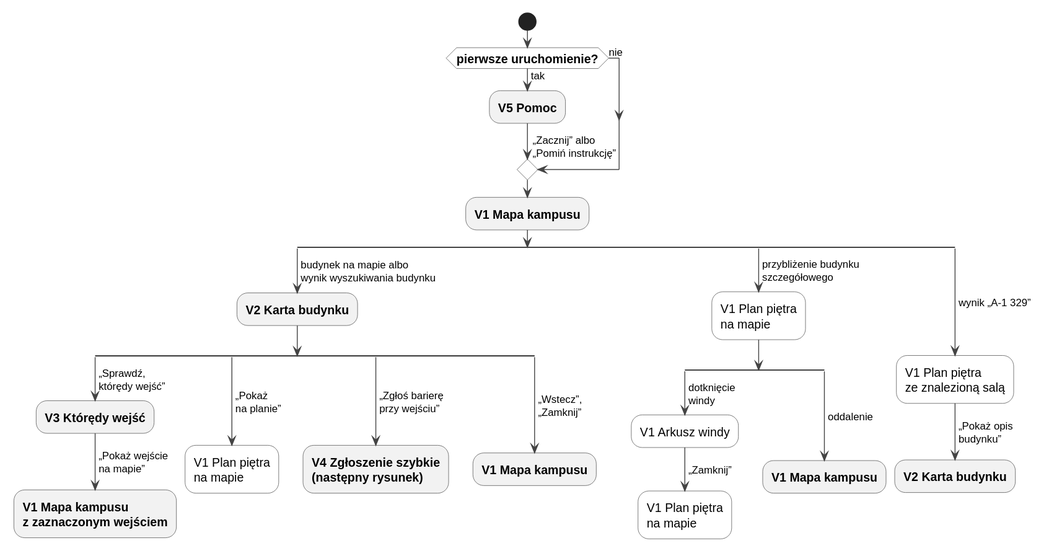
Before: docs/docs/_generated/nawigacja-gosc-mapa.svg, a diagram exported from PlantUML (dostepny-kampus/dostepny-kampus). Source of this version:
```plantuml
@startuml
!include _nawigacja.iuml

start
if (pierwsze uruchomienie?) then (tak)
  :V5 Pomoc;
  -> „Zacznij” albo\n„Pomiń instrukcję”;
else (nie)
endif
:V1 Mapa kampusu;
split
  -> budynek na mapie albo\nwynik wyszukiwania budynku;
  :V2 Karta budynku;
  split
    -> „Sprawdź,\nktórędy wejść”;
    :V3 Którędy wejść;
    -> „Pokaż wejście\nna mapie”;
    :V1 Mapa kampusu\nz zaznaczonym wejściem;
    detach
  split again
    -> „Pokaż\nna planie”;
    :V1 Plan piętra\nna mapie; <<stan>>
    detach
  split again
    -> „Zgłoś barierę\nprzy wejściu”;
    :V4 Zgłoszenie szybkie\n(następny rysunek);
    detach
  split again
    -> „Wstecz”,\n„Zamknij”;
    :V1 Mapa kampusu;
    detach
  end split
split again
  -> przybliżenie budynku\nszczegółowego;
  :V1 Plan piętra\nna mapie; <<stan>>
  split
    -> dotknięcie\nwindy;
    :V1 Arkusz windy; <<stan>>
    -> „Zamknij”;
    :V1 Plan piętra\nna mapie; <<stan>>
    detach
  split again
    -> oddalenie;
    :V1 Mapa kampusu;
    detach
  end split
split again
  -> wynik „A-1 329”;
  :V1 Plan piętra\nze znalezioną salą; <<stan>>
  -> „Pokaż opis\nbudynku”;
  :V2 Karta budynku;
  detach
end split
@enduml
```
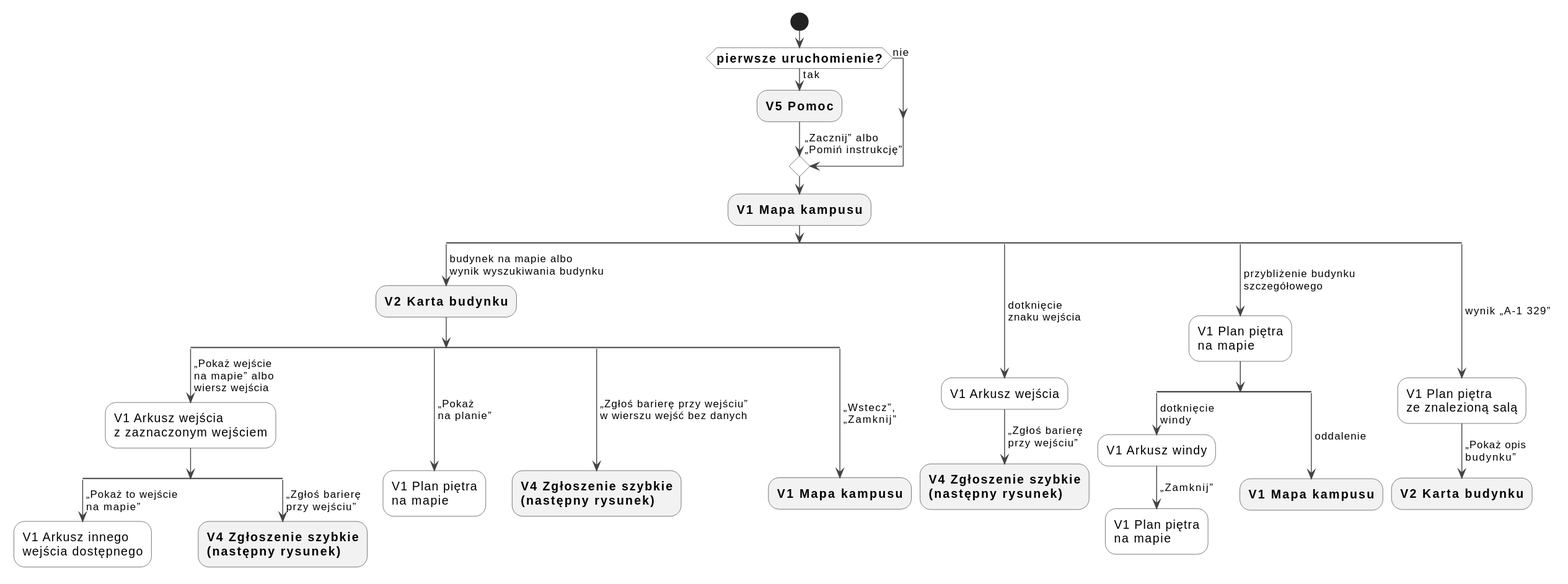
Later version of the same file.

Diff of the diagram source:
```diff
@@ -12,17 +12,23 @@
   -> budynek na mapie albo\nwynik wyszukiwania budynku;
   :V2 Karta budynku;
   split
-    -> „Sprawdź,\nktórędy wejść”;
-    :V3 Którędy wejść;
-    -> „Pokaż wejście\nna mapie”;
-    :V1 Mapa kampusu\nz zaznaczonym wejściem;
-    detach
+    -> „Pokaż wejście\nna mapie” albo\nwiersz wejścia;
+    :V1 Arkusz wejścia\nz zaznaczonym wejściem; <<stan>>
+    split
+      -> „Pokaż to wejście\nna mapie”;
+      :V1 Arkusz innego\nwejścia dostępnego; <<stan>>
+      detach
+    split again
+      -> „Zgłoś barierę\nprzy wejściu”;
+      :V4 Zgłoszenie szybkie\n(następny rysunek);
+      detach
+    end split
   split again
     -> „Pokaż\nna planie”;
     :V1 Plan piętra\nna mapie; <<stan>>
     detach
   split again
-    -> „Zgłoś barierę\nprzy wejściu”;
+    -> „Zgłoś barierę przy wejściu”\nw wierszu wejść bez danych;
     :V4 Zgłoszenie szybkie\n(następny rysunek);
     detach
   split again
@@ -30,6 +36,12 @@
     :V1 Mapa kampusu;
     detach
   end split
+split again
+  -> dotknięcie\nznaku wejścia;
+  :V1 Arkusz wejścia; <<stan>>
+  -> „Zgłoś barierę\nprzy wejściu”;
+  :V4 Zgłoszenie szybkie\n(następny rysunek);
+  detach
 split again
   -> przybliżenie budynku\nszczegółowego;
   :V1 Plan piętra\nna mapie; <<stan>>
```
